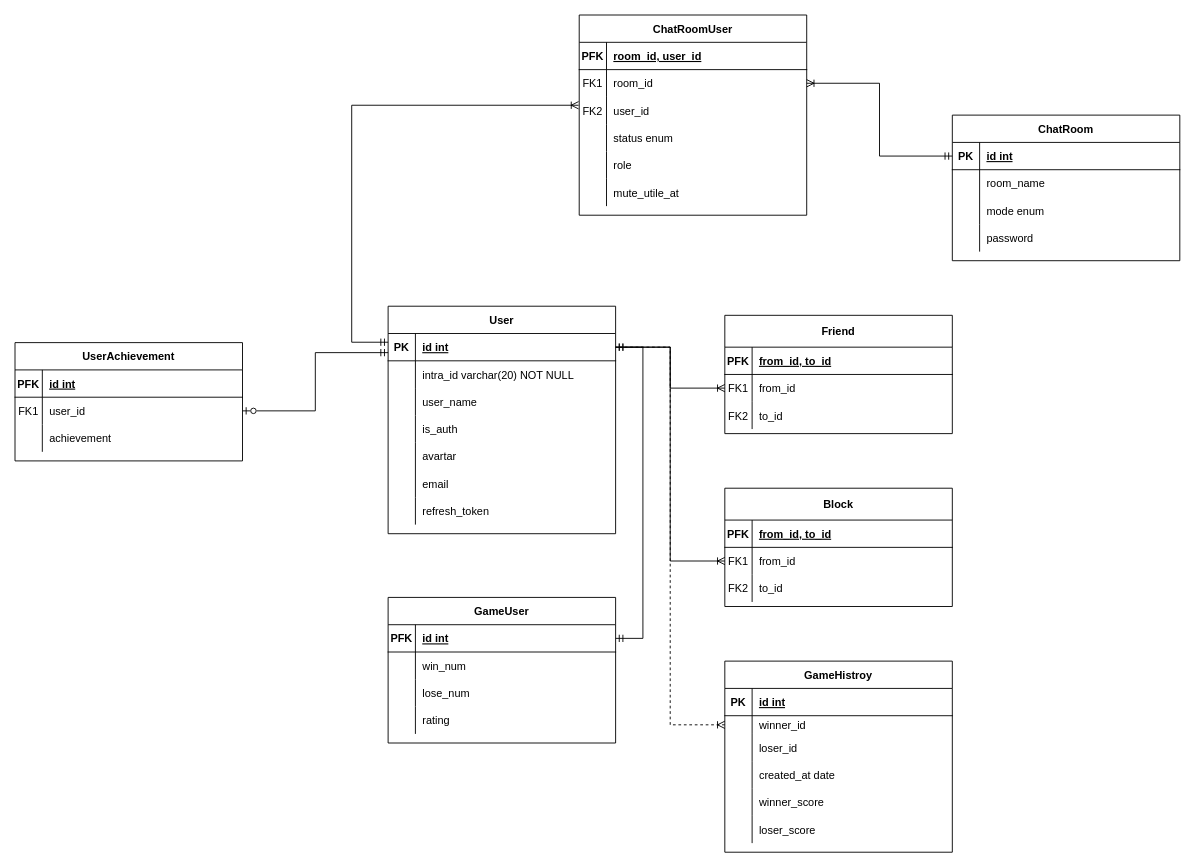
Above: Untitled.drawio in 42MVP/ft_transcendence (draw.io), before the change. Source tidied: cells renumbered, new cells numbered last; positions are measured from the earlier drawing's top-left corner, leaving out a move shared by most shapes. Both pictures are drawn from the tidied source at 91%, with x=0, y=0 at pixel (15, 15).
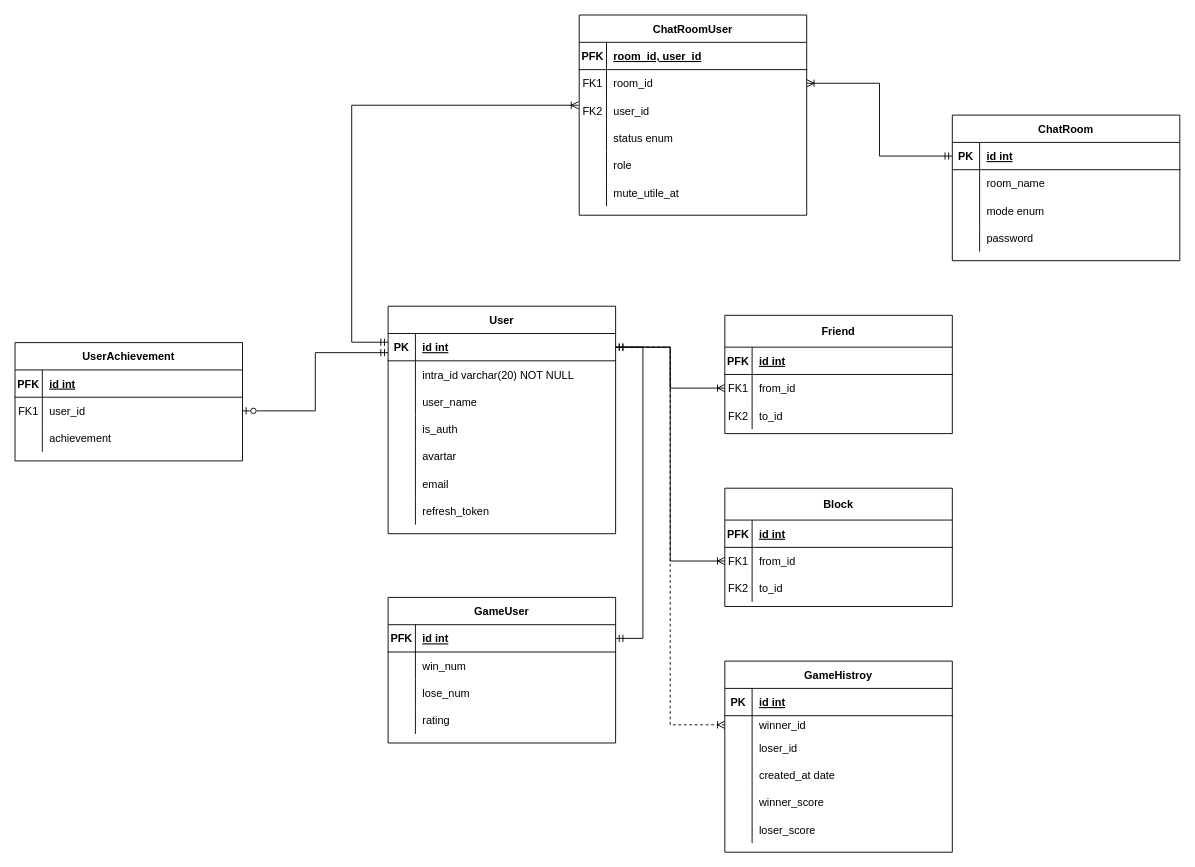
Above is the later version.

The change refers to these unchanged cells:
```xml
<mxCell id="25" style="shape=partialRectangle;fillColor=none;top=0;left=0;right=0;bottom=1;" parent="24" vertex="1">
  <mxGeometry y="35" width="250" height="30" as="geometry" />
</mxCell>
<mxCell id="115" style="shape=partialRectangle;fillColor=none;top=0;left=0;right=0;bottom=1;" parent="114" vertex="1">
  <mxGeometry y="35" width="250" height="30" as="geometry" />
</mxCell>
```

Change to the diagram source:
```diff
@@
-    <mxCell id="27" value="from_id, to_id" style="shape=partialRectangle;overflow=hidden;fillColor=none;top=0;left=0;bottom=0;right=0;align=left;spacingLeft=6;fontStyle=5;" parent="25" vertex="1">
+    <mxCell id="27" value="id int" style="shape=partialRectangle;overflow=hidden;fillColor=none;top=0;left=0;bottom=0;right=0;align=left;spacingLeft=6;fontStyle=5;" parent="25" vertex="1">
       <mxGeometry x="30" width="220" height="30" as="geometry" />
     </mxCell>
@@
-    <mxCell id="117" value="from_id, to_id" style="shape=partialRectangle;overflow=hidden;fillColor=none;top=0;left=0;bottom=0;right=0;align=left;spacingLeft=6;fontStyle=5;" parent="115" vertex="1">
+    <mxCell id="117" value="id int" style="shape=partialRectangle;overflow=hidden;fillColor=none;top=0;left=0;bottom=0;right=0;align=left;spacingLeft=6;fontStyle=5;" parent="115" vertex="1">
       <mxGeometry x="30" width="220" height="30" as="geometry" />
     </mxCell>
```
